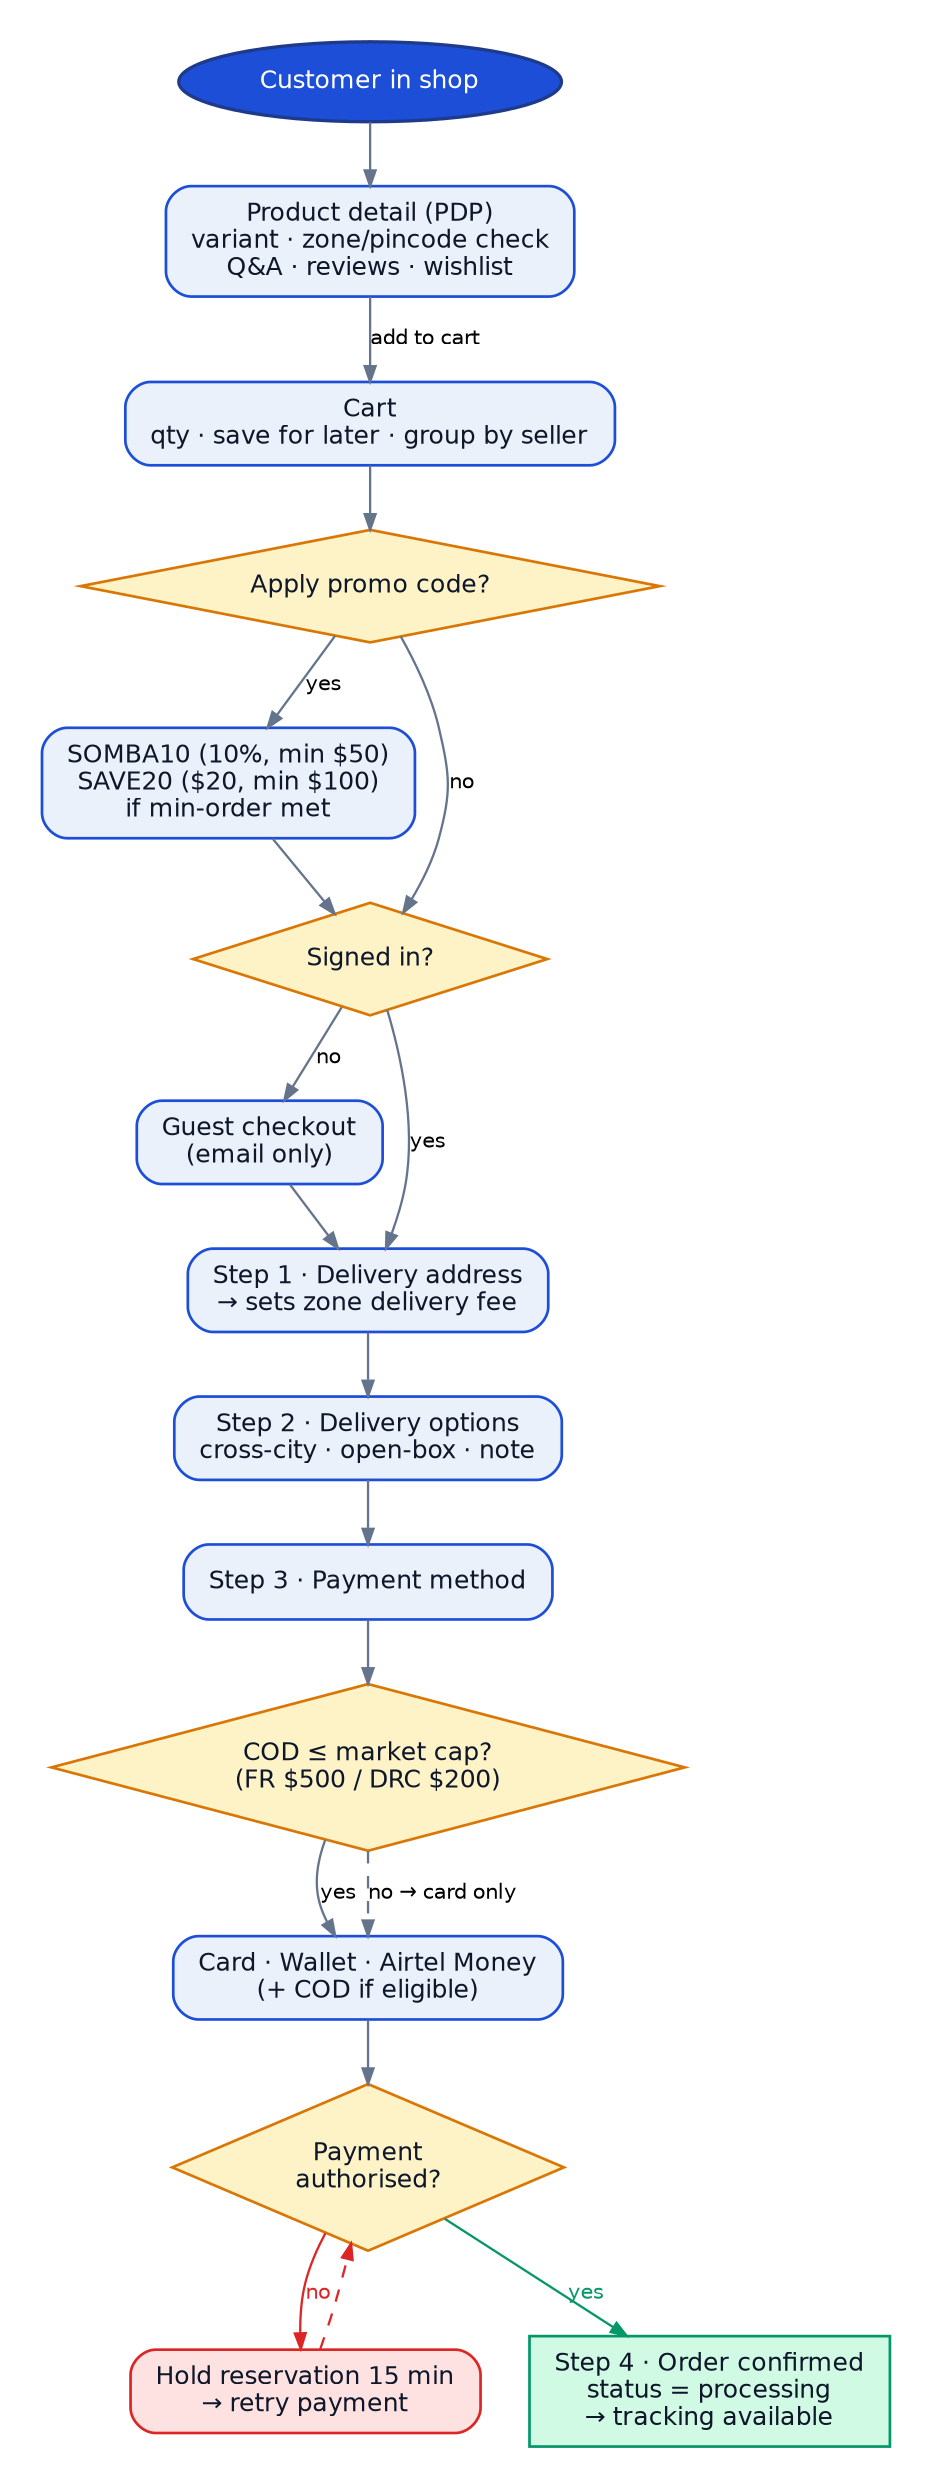
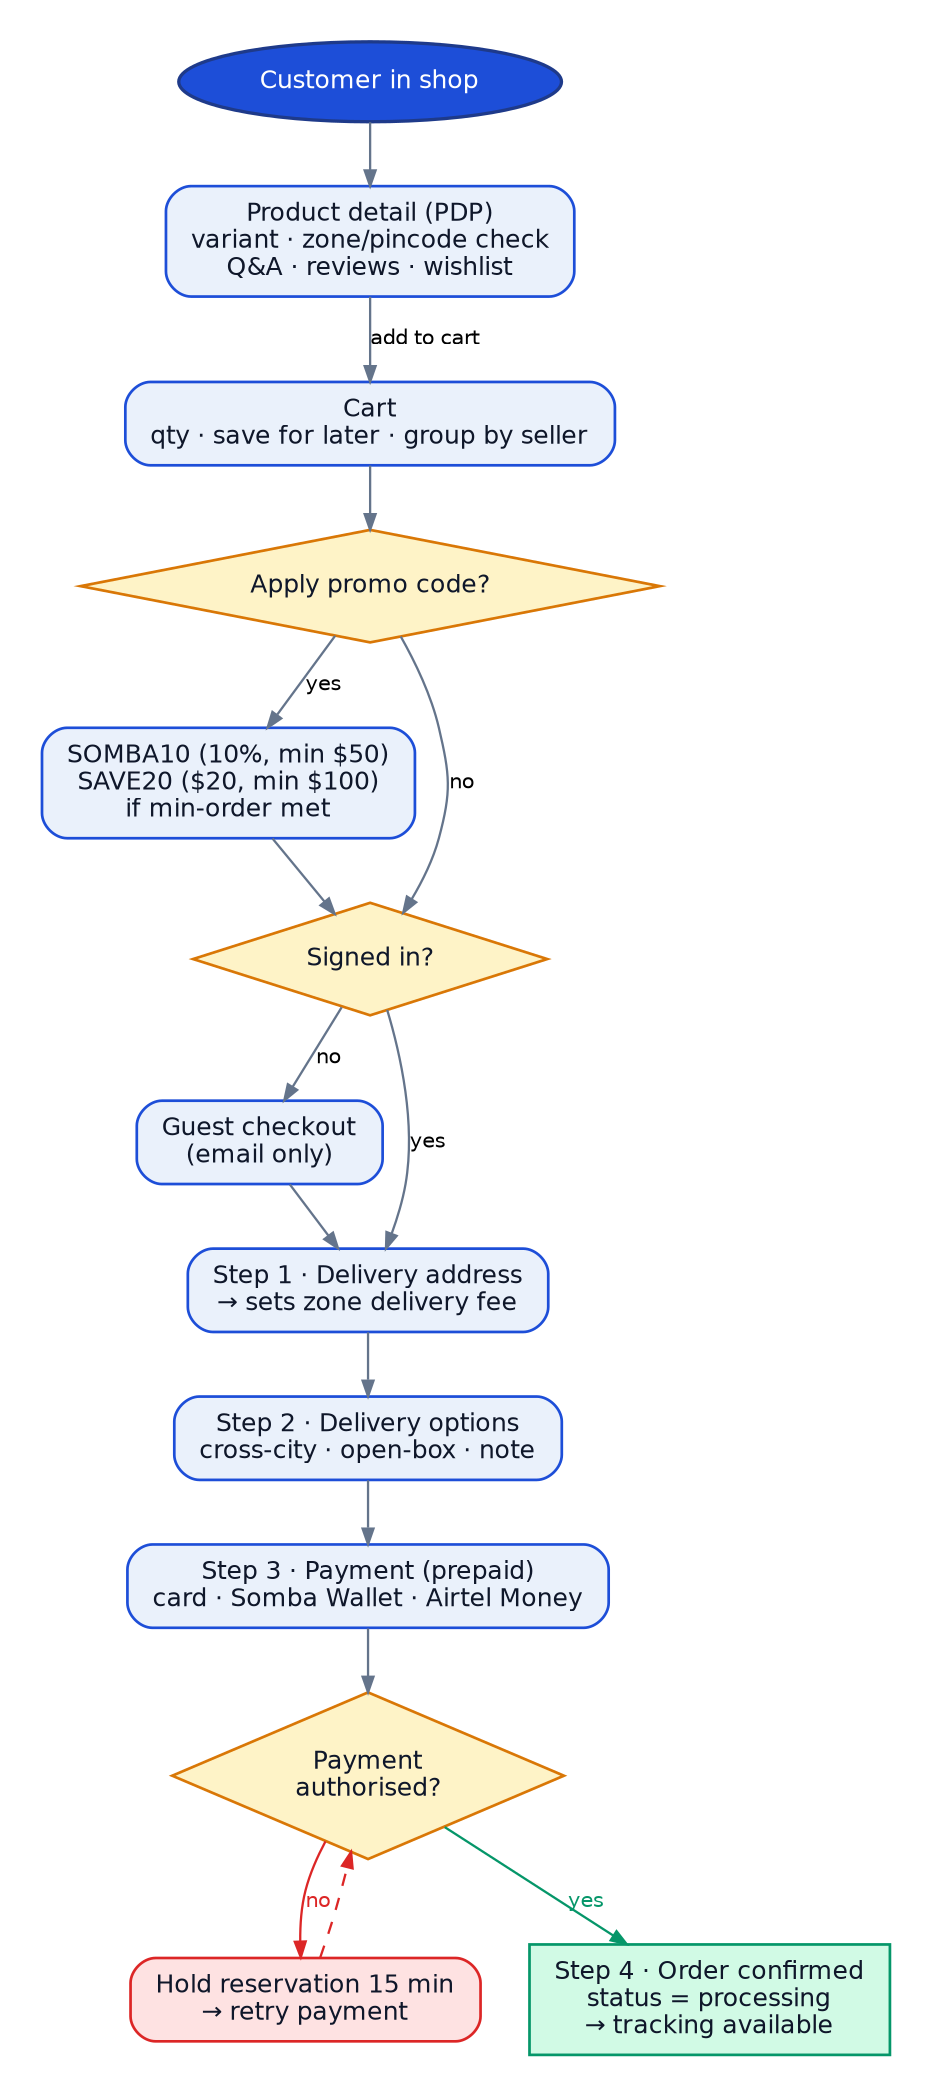
digraph ordering {
  graph [rankdir=TB, bgcolor="white", fontname="Helvetica", nodesep=0.32, ranksep=0.42, pad=0.28, ];
  node  [fontname="Helvetica", fontsize=12, margin="0.17,0.10", penwidth=1.3];
  edge  [fontname="Helvetica", fontsize=10, color="#64748b", arrowsize=0.75, penwidth=1.1];
  "o_start" [label="Customer in shop", shape=oval, style="filled", fillcolor="#1d4ed8", color="#1e3a8a", fontcolor="white", fontsize=12, penwidth=1.6];
  "o_pdp" [label="Product detail (PDP)
variant · zone/pincode check
Q&A · reviews · wishlist", shape=box, style="rounded,filled", fillcolor="#EAF1FB", color="#1d4ed8", fontcolor="#0f172a", fontsize=12, penwidth=1.3];
  "o_cart" [label="Cart
qty · save for later · group by seller", shape=box, style="rounded,filled", fillcolor="#EAF1FB", color="#1d4ed8", fontcolor="#0f172a", fontsize=12, penwidth=1.3];
  "o_promo" [label="Apply promo code?", shape=diamond, style="filled", fillcolor="#FEF3C7", color="#d97706", fontcolor="#0f172a", fontsize=12, penwidth=1.3];
  "o_promo_y" [label="SOMBA10 (10%, min $50)
SAVE20 ($20, min $100)
if min-order met", shape=box, style="rounded,filled", fillcolor="#EAF1FB", color="#1d4ed8", fontcolor="#0f172a", fontsize=12, penwidth=1.3];
  "o_auth" [label="Signed in?", shape=diamond, style="filled", fillcolor="#FEF3C7", color="#d97706", fontcolor="#0f172a", fontsize=12, penwidth=1.3];
  "o_guest" [label="Guest checkout
(email only)", shape=box, style="rounded,filled", fillcolor="#EAF1FB", color="#1d4ed8", fontcolor="#0f172a", fontsize=12, penwidth=1.3];
  "o_addr" [label="Step 1 · Delivery address
→ sets zone delivery fee", shape=box, style="rounded,filled", fillcolor="#EAF1FB", color="#1d4ed8", fontcolor="#0f172a", fontsize=12, penwidth=1.3];
  "o_opts" [label="Step 2 · Delivery options
cross-city · open-box · note", shape=box, style="rounded,filled", fillcolor="#EAF1FB", color="#1d4ed8", fontcolor="#0f172a", fontsize=12, penwidth=1.3];
-   "o_pay" [label="Step 3 · Payment method", shape=box, style="rounded,filled", fillcolor="#EAF1FB", color="#1d4ed8", fontcolor="#0f172a", fontsize=12, penwidth=1.3];
-   "o_cod" [label="COD ≤ market cap?
- (FR $500 / DRC $200)", shape=diamond, style="filled", fillcolor="#FEF3C7", color="#d97706", fontcolor="#0f172a", fontsize=12, penwidth=1.3];
-   "o_methods" [label="Card · Wallet · Airtel Money
- (+ COD if eligible)", shape=box, style="rounded,filled", fillcolor="#EAF1FB", color="#1d4ed8", fontcolor="#0f172a", fontsize=12, penwidth=1.3];
+   "o_pay" [label="Step 3 · Payment (prepaid)
+ card · Somba Wallet · Airtel Money", shape=box, style="rounded,filled", fillcolor="#EAF1FB", color="#1d4ed8", fontcolor="#0f172a", fontsize=12, penwidth=1.3];
  "o_payok" [label="Payment
authorised?", shape=diamond, style="filled", fillcolor="#FEF3C7", color="#d97706", fontcolor="#0f172a", fontsize=12, penwidth=1.3];
  "o_retry" [label="Hold reservation 15 min
→ retry payment", shape=box, style="rounded,filled", fillcolor="#FEE2E2", color="#dc2626", fontcolor="#0f172a", fontsize=12, penwidth=1.3];
  "o_conf" [label="Step 4 · Order confirmed
status = processing
→ tracking available", shape=box, style="filled", fillcolor="#D1FAE5", color="#059669", fontcolor="#0f172a", fontsize=12, penwidth=1.3];
  "o_start" -> "o_pdp" [style=solid, color="#64748b"];
  "o_pdp" -> "o_cart" [style=solid, color="#64748b", label="add to cart"];
  "o_cart" -> "o_promo" [style=solid, color="#64748b"];
  "o_promo" -> "o_promo_y" [style=solid, color="#64748b", label="yes"];
  "o_promo" -> "o_auth" [style=solid, color="#64748b", label="no"];
  "o_promo_y" -> "o_auth" [style=solid, color="#64748b"];
  "o_auth" -> "o_addr" [style=solid, color="#64748b", label="yes"];
  "o_auth" -> "o_guest" [style=solid, color="#64748b", label="no"];
  "o_guest" -> "o_addr" [style=solid, color="#64748b"];
  "o_addr" -> "o_opts" [style=solid, color="#64748b"];
  "o_opts" -> "o_pay" [style=solid, color="#64748b"];
-   "o_pay" -> "o_cod" [style=solid, color="#64748b"];
-   "o_cod" -> "o_methods" [style=solid, color="#64748b", label="yes"];
-   "o_cod" -> "o_methods" [style=dashed, color="#64748b", label="no → card only"];
-   "o_methods" -> "o_payok" [style=solid, color="#64748b"];
+   "o_pay" -> "o_payok" [style=solid, color="#64748b"];
  "o_payok" -> "o_conf" [style=solid, color="#059669", label="yes", fontcolor="#059669"];
  "o_payok" -> "o_retry" [style=solid, color="#dc2626", label="no", fontcolor="#dc2626"];
  "o_retry" -> "o_payok" [style=dashed, color="#dc2626"];
}
